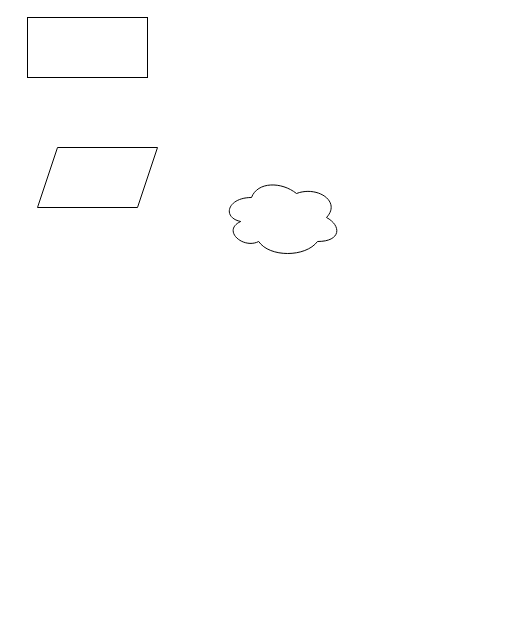
The draw.io diagram Untitled Diagram.drawio in feidky/app.diagrams.net, before the edit. Source tidied: cells renumbered, new cells numbered last; positions are measured from the earlier drawing's top-left corner, leaving out a move shared by most shapes. Both pictures are drawn from the tidied source at 100%, with x=0, y=0 at pixel (27, 17).
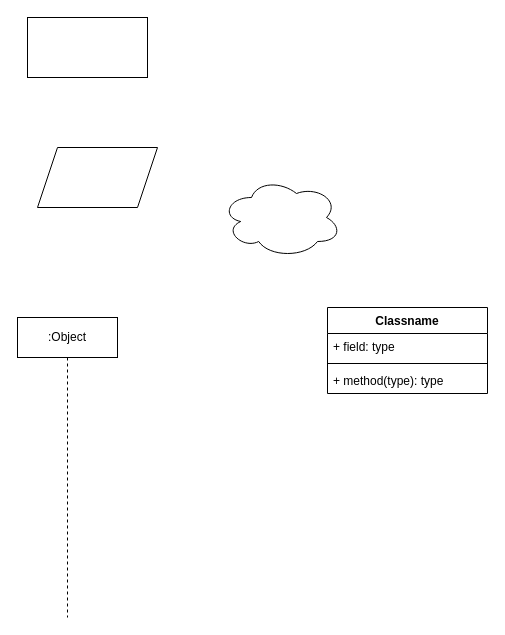
After the change.

Change to the diagram source:
```diff
@@
 <mxGraphModel>
   <root>
     <mxCell id="0" />
     <mxCell id="1" parent="0" />
     <mxCell id="2" style="rounded=0;whiteSpace=wrap;html=1;" parent="1" vertex="1">
       <mxGeometry width="120" height="60" as="geometry" />
     </mxCell>
     <mxCell id="3" style="ellipse;shape=cloud;whiteSpace=wrap;html=1;" parent="1" vertex="1">
       <mxGeometry x="194" y="160" width="120" height="80" as="geometry" />
     </mxCell>
     <mxCell id="4" style="shape=parallelogram;perimeter=parallelogramPerimeter;whiteSpace=wrap;html=1;fixedSize=1;" parent="1" vertex="1">
       <mxGeometry x="10" y="130" width="120" height="60" as="geometry" />
     </mxCell>
+    <mxCell id="5" value="Classname" style="swimlane;fontStyle=1;align=center;verticalAlign=top;horizontal=1;startSize=26;" parent="1" vertex="1">
+      <mxGeometry x="300" y="290" width="160" height="86" as="geometry" />
+    </mxCell>
+    <mxCell id="6" value="+ field: type" style="text;strokeColor=none;fillColor=none;align=left;verticalAlign=top;spacingLeft=4;spacingRight=4;overflow=hidden;" parent="5" vertex="1">
+      <mxGeometry y="26" width="160" height="26" as="geometry" />
+    </mxCell>
+    <mxCell id="7" style="line;strokeWidth=1;fillColor=none;align=left;verticalAlign=middle;spacingTop=-1;spacingLeft=3;spacingRight=3;labelPosition=right;" parent="5" vertex="1">
+      <mxGeometry y="52" width="160" height="8" as="geometry" />
+    </mxCell>
+    <mxCell id="8" value="+ method(type): type" style="text;strokeColor=none;fillColor=none;align=left;verticalAlign=top;spacingLeft=4;spacingRight=4;overflow=hidden;" parent="5" vertex="1">
+      <mxGeometry y="60" width="160" height="26" as="geometry" />
+    </mxCell>
+    <mxCell id="9" value=":Object" style="shape=umlLifeline;perimeter=lifelinePerimeter;whiteSpace=wrap;html=1;" parent="1" vertex="1">
+      <mxGeometry x="-10" y="300" width="100" height="300" as="geometry" />
+    </mxCell>
   </root>
 </mxGraphModel>
```
